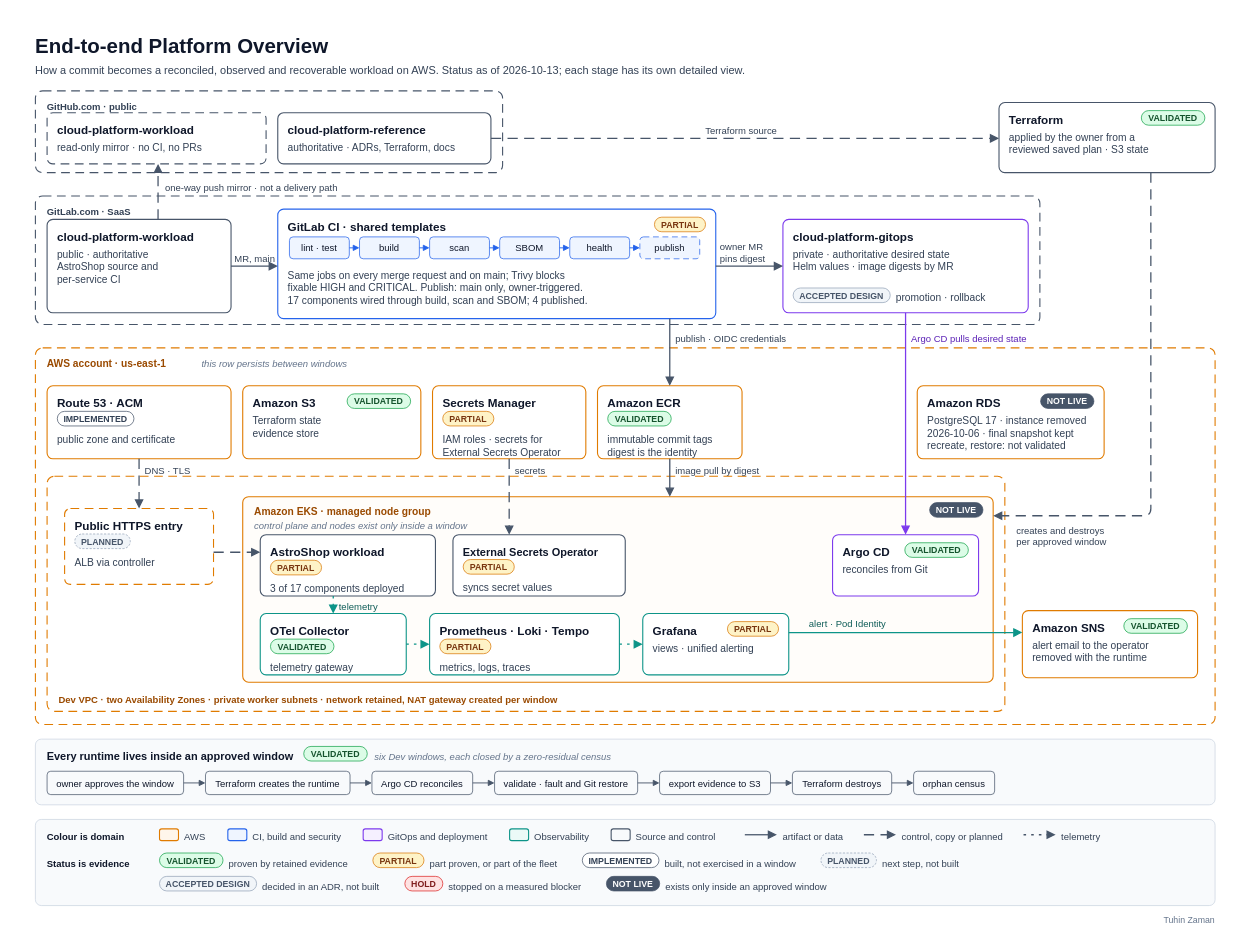
Before: page "End-to-end Platform Overview" (4 of 5) of docs/diagrams/aws-platform-reference-architecture.drawio in Tuhinzman/cloud-platform-reference, a draw.io diagram. Source tidied: cells renumbered, new cells numbered last; positions are measured from the earlier drawing's top-left corner, leaving out a move shared by most shapes. Both pictures are drawn from the tidied source at 73%, with x=0, y=0 at pixel (12, 12).
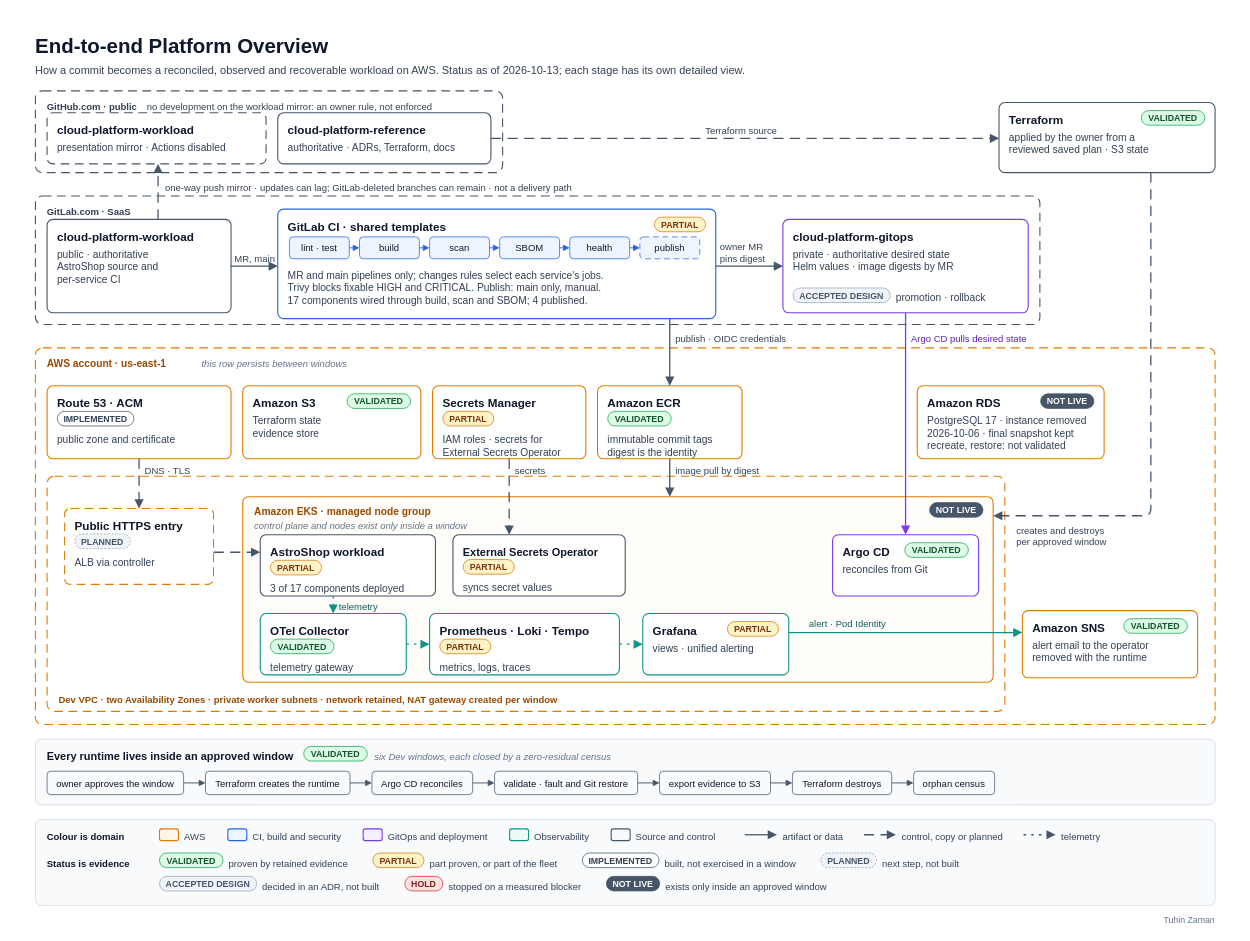
After the change.

Commit message (it also covers changes not shown here):
docs: correct mirror and CI wording and add full-size diagram links

Diff of the diagram source:
```diff
@@
     <mxCell id="6" value="GitHub.com · public" style="text;html=0;whiteSpace=nowrap;fontFamily=Helvetica;fontSize=13;fontColor=#334155;align=left;verticalAlign=top;spacing=0;spacingTop=0;fontStyle=1;" parent="1" vertex="1">
-      <mxGeometry x="48" y="117" width="608" height="18" as="geometry" />
+      <mxGeometry x="48" y="117" width="131" height="18" as="geometry" />
     </mxCell>
+    <mxCell id="181" value="no development on the workload mirror: an owner rule, not enforced" style="text;html=0;whiteSpace=nowrap;fontFamily=Helvetica;fontSize=13;fontColor=#334155;align=left;verticalAlign=top;spacing=0;spacingTop=0;fontStyle=0;" parent="1" vertex="1">
+      <mxGeometry x="185" y="117" width="397" height="18" as="geometry" />
+    </mxCell>
@@
-    <mxCell id="9" value="read-only mirror · no CI, no PRs" style="text;html=0;whiteSpace=nowrap;fontFamily=Helvetica;fontSize=14;fontColor=#334155;align=left;verticalAlign=top;spacing=0;spacingTop=0;fontStyle=0;" parent="1" vertex="1">
+    <mxCell id="9" value="presentation mirror · Actions disabled" style="text;html=0;whiteSpace=nowrap;fontFamily=Helvetica;fontSize=14;fontColor=#334155;align=left;verticalAlign=top;spacing=0;spacingTop=0;fontStyle=0;" parent="1" vertex="1">
       <mxGeometry x="62" y="173" width="272" height="19" as="geometry" />
     </mxCell>
@@
-    <mxCell id="38" value="Same jobs on every merge request and on main; Trivy blocks&#10;fixable HIGH and CRITICAL. Publish: main only, owner-triggered.&#10;17 components wired through build, scan and SBOM; 4 published." style="text;html=0;whiteSpace=nowrap;fontFamily=Helvetica;fontSize=14;fontColor=#334155;align=left;verticalAlign=top;spacing=0;spacingTop=0;fontStyle=0;" parent="1" vertex="1">
+    <mxCell id="38" value="MR and main pipelines only; changes rules select each service's jobs.&#10;Trivy blocks fixable HIGH and CRITICAL. Publish: main only, manual.&#10;17 components wired through build, scan and SBOM; 4 published." style="text;html=0;whiteSpace=nowrap;fontFamily=Helvetica;fontSize=14;fontColor=#334155;align=left;verticalAlign=top;spacing=0;spacingTop=0;fontStyle=0;" parent="1" vertex="1">
       <mxGeometry x="378" y="348" width="572" height="52" as="geometry" />
     </mxCell>
@@
-    <mxCell id="49" value="one-way push mirror · not a delivery path" style="text;html=0;whiteSpace=nowrap;fontFamily=Helvetica;fontSize=13;fontColor=#334155;align=left;verticalAlign=top;spacing=0;spacingTop=0;fontStyle=0;" parent="1" vertex="1">
-      <mxGeometry x="210" y="228" width="300" height="18" as="geometry" />
+    <mxCell id="49" value="one-way push mirror · updates can lag; GitLab-deleted branches can remain · not a delivery path" style="text;html=0;whiteSpace=nowrap;fontFamily=Helvetica;fontSize=13;fontColor=#334155;align=left;verticalAlign=top;spacing=0;spacingTop=0;fontStyle=0;" parent="1" vertex="1">
+      <mxGeometry x="210" y="228" width="560" height="18" as="geometry" />
     </mxCell>
```
